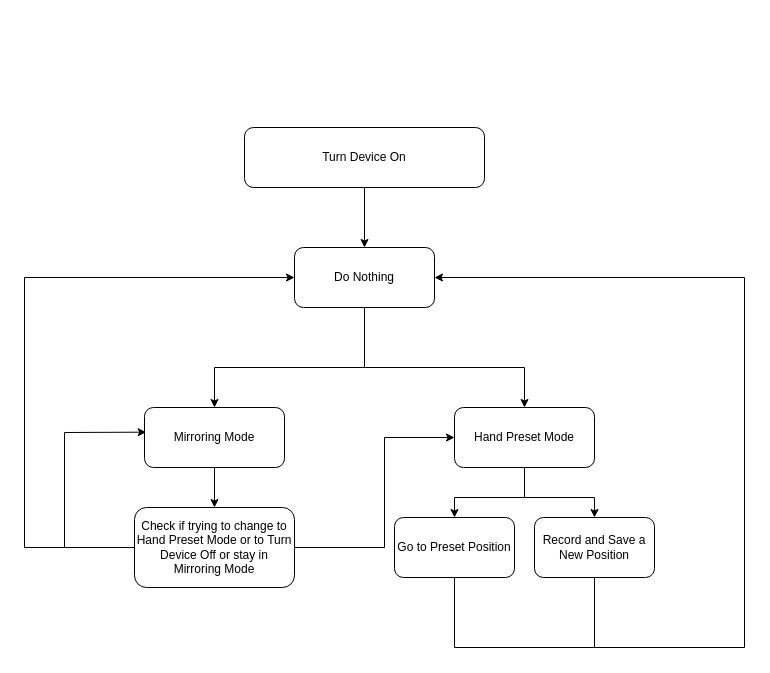
This is CS 445/Software Flow Diagram.drawio from pokerhill/ECE445, a draw.io file, before an edit. Source tidied: cells renumbered, new cells numbered last; positions are measured from the earlier drawing's top-left corner, leaving out a move shared by most shapes. Both pictures are drawn from the tidied source at 100%, with x=0, y=0 at pixel (24, 127).
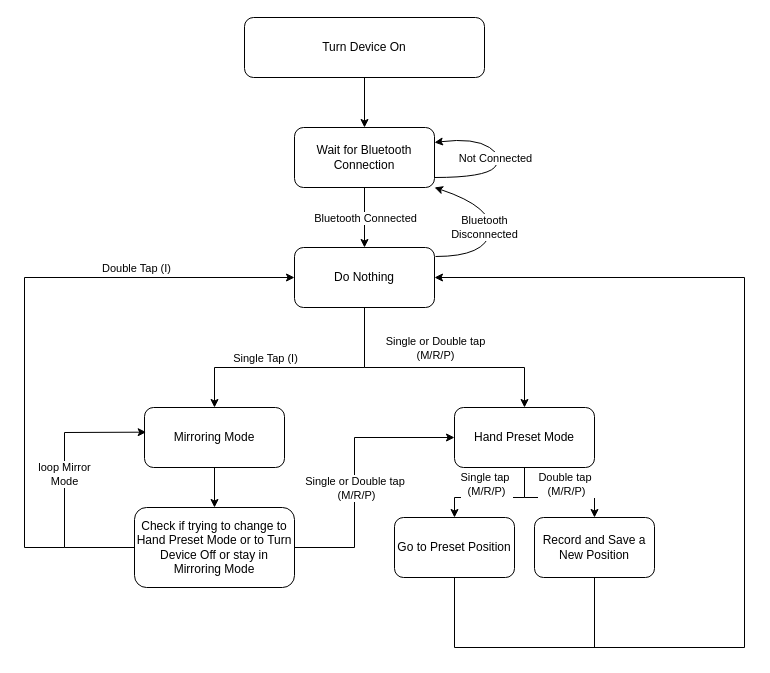
After the change.

Unchanged cells that the change refers to:
```xml
<mxCell id="5" style="endArrow=classic;html=1;rounded=0;exitX=0.5;exitY=1;exitDx=0;exitDy=0;entryX=0.5;entryY=0;entryDx=0;entryDy=0;" parent="1" edge="1" source="4" target="6">
  <mxGeometry relative="1" as="geometry">
    <Array as="points">
      <mxPoint x="340" y="240" />
      <mxPoint x="190" y="240" />
    </Array>
  </mxGeometry>
</mxCell>
<mxCell id="7" value="Hand Preset Mode" style="rounded=1;whiteSpace=wrap;html=1;" parent="1" vertex="1">
  <mxGeometry x="430" y="280" width="140" height="60" as="geometry" />
</mxCell>
<mxCell id="10" value="Check if trying to change to Hand Preset Mode or to Turn Device Off or stay in Mirroring Mode" style="rounded=1;whiteSpace=wrap;html=1;" parent="1" vertex="1">
  <mxGeometry x="110" y="380" width="160" height="80" as="geometry" />
</mxCell>
<mxCell id="11" style="endArrow=classic;html=1;rounded=0;exitX=0;exitY=0.5;exitDx=0;exitDy=0;entryX=0.012;entryY=0.411;entryDx=0;entryDy=0;entryPerimeter=0;" parent="1" edge="1" source="10" target="6">
  <mxGeometry relative="1" as="geometry">
    <Array as="points">
      <mxPoint x="40" y="420" />
      <mxPoint x="40" y="305" />
    </Array>
  </mxGeometry>
</mxCell>
<mxCell id="12" style="endArrow=classic;html=1;rounded=0;entryX=0;entryY=0.5;entryDx=0;entryDy=0;" parent="1" edge="1" target="4">
  <mxGeometry relative="1" as="geometry">
    <mxPoint x="40" y="420" as="sourcePoint" />
    <Array as="points">
      <mxPoint y="420" />
      <mxPoint y="150" />
    </Array>
  </mxGeometry>
</mxCell>
```

Diff of the diagram source:
```diff
@@
     <mxCell id="2" value="Turn Device On" style="rounded=1;whiteSpace=wrap;html=1;" parent="1" vertex="1">
-      <mxGeometry x="220" width="240" height="60" as="geometry" />
+      <mxGeometry x="220" y="-110" width="240" height="60" as="geometry" />
     </mxCell>
-    <mxCell id="3" style="endArrow=classic;html=1;rounded=0;exitX=0.5;exitY=1;exitDx=0;exitDy=0;" parent="1" edge="1" source="2">
+    <mxCell id="3" style="endArrow=classic;html=1;rounded=0;exitX=0.5;exitY=1;exitDx=0;exitDy=0;" parent="1" edge="1" source="26">
       <mxGeometry relative="1" as="geometry">
         <mxPoint x="340" y="120" as="targetPoint" />
       </mxGeometry>
     </mxCell>
+    <mxCell id="20" value="Bluetooth Connected" style="edgeLabel;html=1;align=center;verticalAlign=middle;" parent="3" vertex="1">
+      <mxGeometry x="-0.42" y="1" relative="1" as="geometry">
+        <mxPoint x="-1" y="13" as="offset" />
+      </mxGeometry>
+    </mxCell>
@@
+    <mxCell id="21" value="Single Tap (I)" style="edgeLabel;html=1;align=center;verticalAlign=middle;" parent="5" vertex="1">
+      <mxGeometry x="0.43" y="1" relative="1" as="geometry">
+        <mxPoint x="19" y="-11" as="offset" />
+      </mxGeometry>
+    </mxCell>
@@
+    <mxCell id="22" value="loop Mirror&lt;br&gt;Mode" style="edgeLabel;html=1;align=center;verticalAlign=middle;" parent="11" vertex="1">
+      <mxGeometry x="0.08" y="1" relative="1" as="geometry" />
+    </mxCell>
@@
+    <mxCell id="23" value="Double Tap (I)" style="edgeLabel;html=1;align=center;verticalAlign=middle;" parent="12" vertex="1">
+      <mxGeometry x="0.44" y="-2" relative="1" as="geometry">
+        <mxPoint x="3" y="-12" as="offset" />
+      </mxGeometry>
+    </mxCell>
     <mxCell id="13" style="endArrow=classic;html=1;rounded=0;exitX=1;exitY=0.5;exitDx=0;exitDy=0;entryX=0;entryY=0.5;entryDx=0;entryDy=0;" parent="1" edge="1" source="10" target="7">
       <mxGeometry relative="1" as="geometry">
         <Array as="points">
-          <mxPoint x="360" y="420" />
-          <mxPoint x="360" y="310" />
+          <mxPoint x="330" y="420" />
+          <mxPoint x="330" y="310" />
         </Array>
       </mxGeometry>
     </mxCell>
+    <mxCell id="24" value="Single or Double tap&amp;nbsp;&lt;br&gt;(M/R/P)" style="edgeLabel;html=1;align=center;verticalAlign=middle;" parent="13" vertex="1">
+      <mxGeometry x="-0.86" y="2" relative="1" as="geometry">
+        <mxPoint x="42" y="-58" as="offset" />
+      </mxGeometry>
+    </mxCell>
@@
+    <mxCell id="25" style="endArrow=classic;html=1;rounded=0;exitX=0.5;exitY=1;exitDx=0;exitDy=0;" parent="1" edge="1" source="2" target="26">
+      <mxGeometry relative="1" as="geometry" />
+    </mxCell>
+    <mxCell id="26" value="Wait for Bluetooth Connection" style="rounded=1;whiteSpace=wrap;html=1;" parent="1" vertex="1">
+      <mxGeometry x="270" width="140" height="60" as="geometry" />
+    </mxCell>
+    <mxCell id="27" style="curved=1;endArrow=classic;html=1;rounded=0;entryX=1;entryY=0.25;entryDx=0;entryDy=0;" parent="1" edge="1" target="26">
+      <mxGeometry relative="1" as="geometry">
+        <mxPoint x="410" y="50" as="sourcePoint" />
+        <Array as="points">
+          <mxPoint x="460" y="50" />
+          <mxPoint x="480" y="30" />
+          <mxPoint x="450" y="10" />
+        </Array>
+      </mxGeometry>
+    </mxCell>
+    <mxCell id="28" value="Not Connected" style="edgeLabel;html=1;align=center;verticalAlign=middle;" parent="27" vertex="1">
+      <mxGeometry x="-0.52" y="4" relative="1" as="geometry">
+        <mxPoint x="23" y="-16" as="offset" />
+      </mxGeometry>
+    </mxCell>
+    <mxCell id="29" style="curved=1;endArrow=classic;html=1;rounded=0;entryX=1;entryY=1;entryDx=0;entryDy=0;" parent="1" edge="1" target="26">
+      <mxGeometry relative="1" as="geometry">
+        <mxPoint x="411" y="129" as="sourcePoint" />
+        <Array as="points">
+          <mxPoint x="461" y="129" />
+          <mxPoint x="470" y="80" />
+        </Array>
+      </mxGeometry>
+    </mxCell>
+    <mxCell id="30" value="Bluetooth &lt;br&gt;Disconnected" style="edgeLabel;html=1;align=center;verticalAlign=middle;" parent="29" vertex="1">
+      <mxGeometry x="-0.2" y="-2" relative="1" as="geometry">
+        <mxPoint x="-6" y="-15" as="offset" />
+      </mxGeometry>
+    </mxCell>
+    <mxCell id="31" value="Single or Double tap&lt;br&gt;(M/R/P)" style="edgeLabel;html=1;align=center;verticalAlign=middle;" parent="1" vertex="1">
+      <mxGeometry x="410" y="220" as="geometry" />
+    </mxCell>
+    <mxCell id="32" value="Single tap&amp;nbsp;&lt;br&gt;(M/R/P)" style="edgeLabel;html=1;align=center;verticalAlign=middle;" parent="1" vertex="1">
+      <mxGeometry x="460" y="350" as="geometry">
+        <mxPoint x="1" y="6" as="offset" />
+      </mxGeometry>
+    </mxCell>
+    <mxCell id="33" value="Double tap&amp;nbsp;&lt;br&gt;(M/R/P)" style="edgeLabel;html=1;align=center;verticalAlign=middle;" parent="1" vertex="1">
+      <mxGeometry x="540" y="350" as="geometry">
+        <mxPoint x="1" y="6" as="offset" />
+      </mxGeometry>
+    </mxCell>
```
